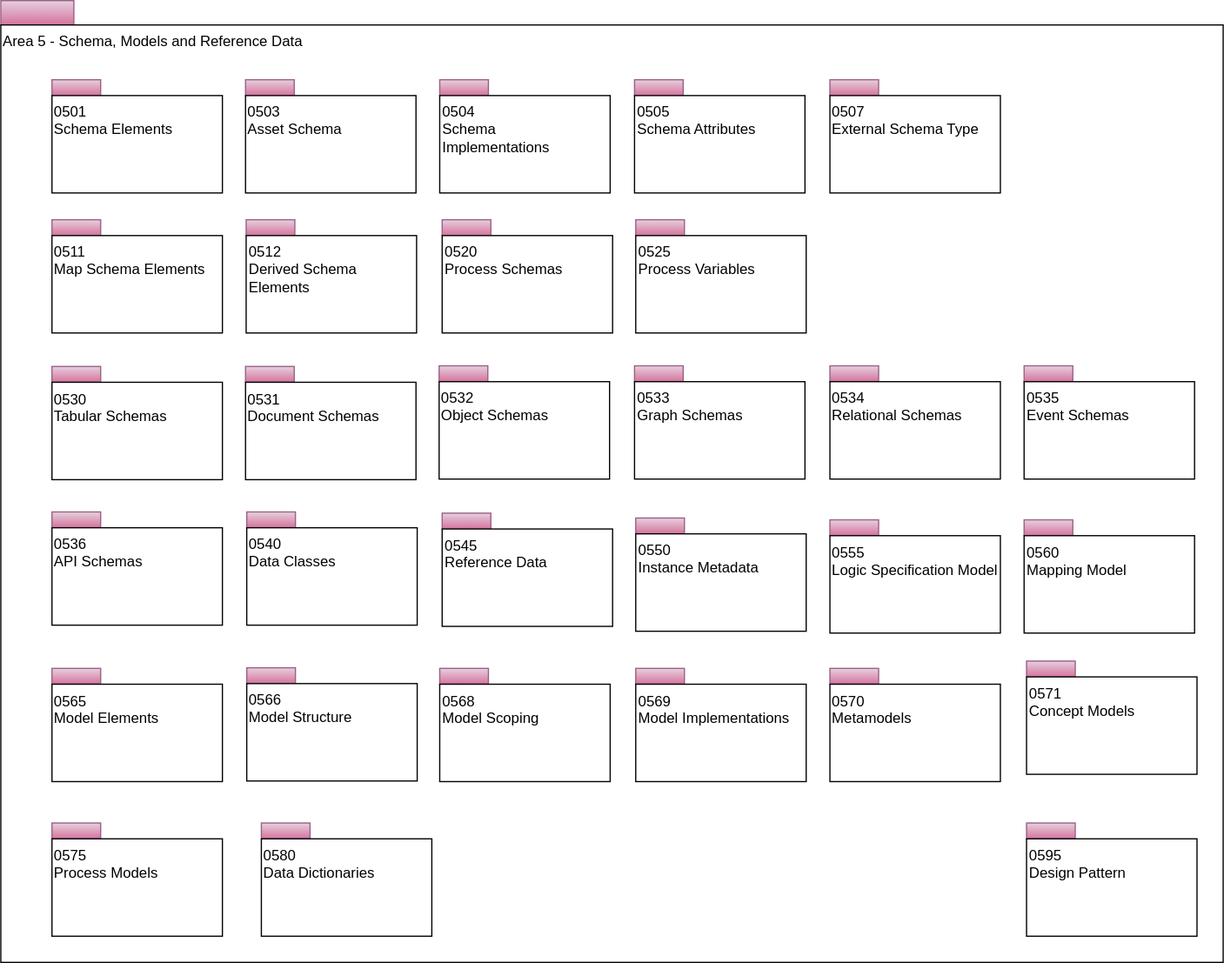
This is site/docs/types/5/area-5-models-and-schema-overview.svg from odpi/egeria-docs, a draw.io export, as it was before one commit. Source tidied: cells renumbered, new cells last; positions are measured from the earlier drawing's top-left corner, leaving out a move shared by most shapes.
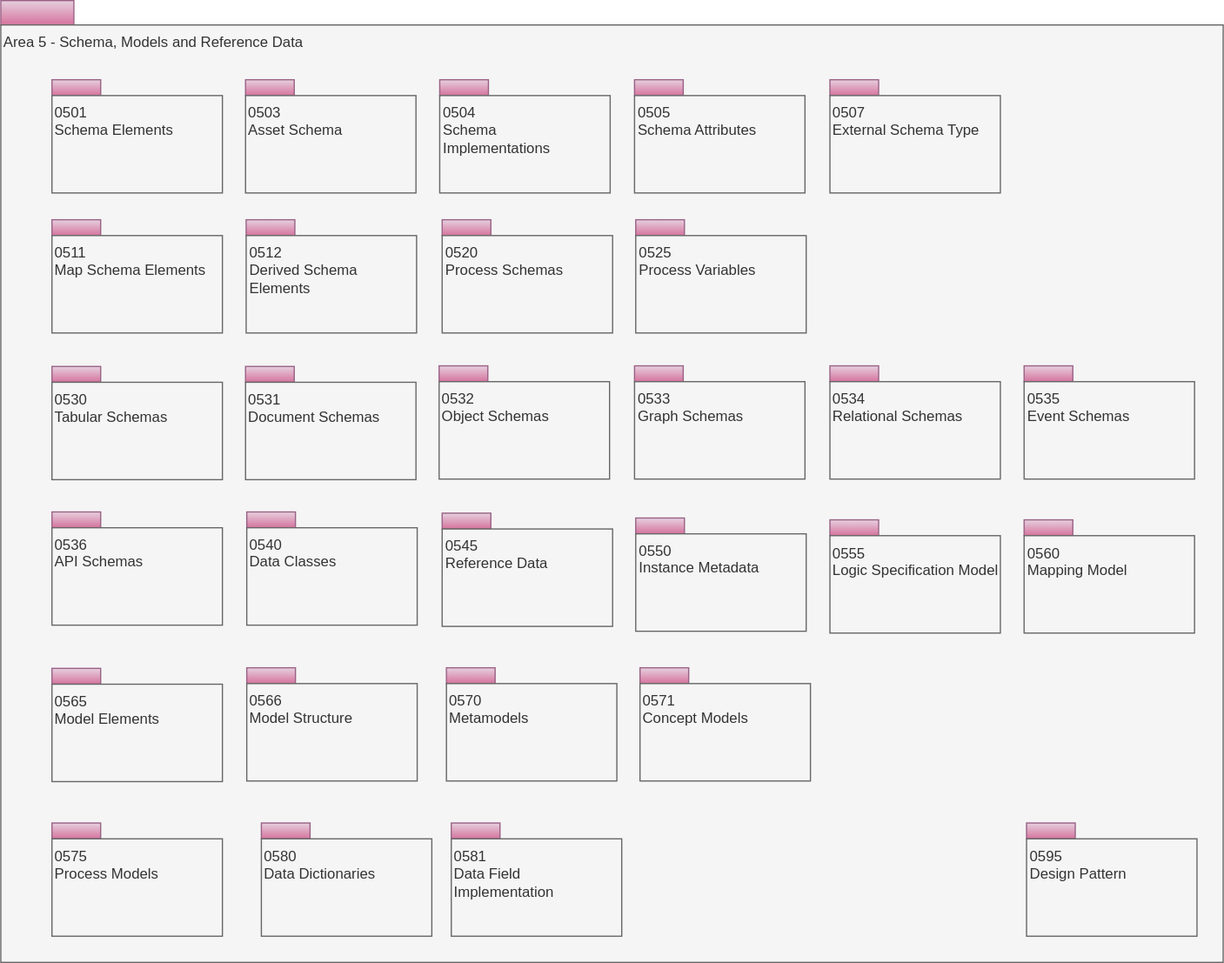
Above is the later version.

Change to the diagram source:
```diff
@@ -7,3 +7,3 @@
     </mxCell>
-    <mxCell id="3" value="Area 5 - Schema, Models and Reference Data" style="rounded=0;whiteSpace=wrap;html=1;align=left;verticalAlign=top;" parent="1" vertex="1">
+    <mxCell id="3" value="Area 5 - Schema, Models and Reference Data" style="rounded=0;whiteSpace=wrap;html=1;align=left;verticalAlign=top;fillColor=#f5f5f5;fontColor=#333333;strokeColor=#666666;" parent="1" vertex="1">
       <mxGeometry y="20" width="1004" height="770" as="geometry" />
@@ -13,3 +13,3 @@
     </mxCell>
-    <mxCell id="5" value="0501&lt;br&gt;Schema Elements&lt;br&gt;" style="rounded=0;whiteSpace=wrap;html=1;align=left;verticalAlign=top;" parent="1" vertex="1">
+    <mxCell id="5" value="0501&lt;br&gt;Schema Elements&lt;br&gt;" style="rounded=0;whiteSpace=wrap;html=1;align=left;verticalAlign=top;fillColor=#f5f5f5;fontColor=#333333;strokeColor=#666666;" parent="1" vertex="1">
       <mxGeometry x="42" y="78" width="140" height="80" as="geometry" />
@@ -19,3 +19,3 @@
     </mxCell>
-    <mxCell id="7" value="0503&lt;br&gt;Asset Schema&lt;br&gt;" style="rounded=0;whiteSpace=wrap;html=1;align=left;verticalAlign=top;" parent="1" vertex="1">
+    <mxCell id="7" value="0503&lt;br&gt;Asset Schema&lt;br&gt;" style="rounded=0;whiteSpace=wrap;html=1;align=left;verticalAlign=top;fillColor=#f5f5f5;fontColor=#333333;strokeColor=#666666;" parent="1" vertex="1">
       <mxGeometry x="201" y="78" width="140" height="80" as="geometry" />
@@ -25,3 +25,3 @@
     </mxCell>
-    <mxCell id="9" value="0504&lt;br&gt;Schema&lt;br&gt;Implementations" style="rounded=0;whiteSpace=wrap;html=1;align=left;verticalAlign=top;" parent="1" vertex="1">
+    <mxCell id="9" value="0504&lt;br&gt;Schema&lt;br&gt;Implementations" style="rounded=0;whiteSpace=wrap;html=1;align=left;verticalAlign=top;fillColor=#f5f5f5;fontColor=#333333;strokeColor=#666666;" parent="1" vertex="1">
       <mxGeometry x="360.5" y="78" width="140" height="80" as="geometry" />
@@ -31,3 +31,3 @@
     </mxCell>
-    <mxCell id="11" value="0511&lt;br&gt;Map Schema Elements&lt;br&gt;" style="rounded=0;whiteSpace=wrap;html=1;align=left;verticalAlign=top;" parent="1" vertex="1">
+    <mxCell id="11" value="0511&lt;br&gt;Map Schema Elements&lt;br&gt;" style="rounded=0;whiteSpace=wrap;html=1;align=left;verticalAlign=top;fillColor=#f5f5f5;fontColor=#333333;strokeColor=#666666;" parent="1" vertex="1">
       <mxGeometry x="42" y="193" width="140" height="80" as="geometry" />
@@ -37,3 +37,3 @@
     </mxCell>
-    <mxCell id="13" value="0505&lt;br&gt;Schema Attributes&lt;br&gt;" style="rounded=0;whiteSpace=wrap;html=1;align=left;verticalAlign=top;" parent="1" vertex="1">
+    <mxCell id="13" value="0505&lt;br&gt;Schema Attributes&lt;br&gt;" style="rounded=0;whiteSpace=wrap;html=1;align=left;verticalAlign=top;fillColor=#f5f5f5;fontColor=#333333;strokeColor=#666666;" parent="1" vertex="1">
       <mxGeometry x="520.5" y="78" width="140" height="80" as="geometry" />
@@ -43,3 +43,3 @@
     </mxCell>
-    <mxCell id="15" value="0531&lt;br&gt;Document Schemas&lt;br&gt;" style="rounded=0;whiteSpace=wrap;html=1;align=left;verticalAlign=top;" parent="1" vertex="1">
+    <mxCell id="15" value="0531&lt;br&gt;Document Schemas&lt;br&gt;" style="rounded=0;whiteSpace=wrap;html=1;align=left;verticalAlign=top;fillColor=#f5f5f5;fontColor=#333333;strokeColor=#666666;" parent="1" vertex="1">
       <mxGeometry x="201" y="313.5" width="140" height="80" as="geometry" />
@@ -49,3 +49,3 @@
     </mxCell>
-    <mxCell id="17" value="0534&lt;br&gt;Relational Schemas&lt;br&gt;" style="rounded=0;whiteSpace=wrap;html=1;align=left;verticalAlign=top;" parent="1" vertex="1">
+    <mxCell id="17" value="0534&lt;br&gt;Relational Schemas&lt;br&gt;" style="rounded=0;whiteSpace=wrap;html=1;align=left;verticalAlign=top;fillColor=#f5f5f5;fontColor=#333333;strokeColor=#666666;" parent="1" vertex="1">
       <mxGeometry x="681" y="313" width="140" height="80" as="geometry" />
@@ -55,3 +55,3 @@
     </mxCell>
-    <mxCell id="19" value="0535&lt;br&gt;Event Schemas&lt;br&gt;" style="rounded=0;whiteSpace=wrap;html=1;align=left;verticalAlign=top;" parent="1" vertex="1">
+    <mxCell id="19" value="0535&lt;br&gt;Event Schemas&lt;br&gt;" style="rounded=0;whiteSpace=wrap;html=1;align=left;verticalAlign=top;fillColor=#f5f5f5;fontColor=#333333;strokeColor=#666666;" parent="1" vertex="1">
       <mxGeometry x="840.5" y="313" width="140" height="80" as="geometry" />
@@ -61,3 +61,3 @@
     </mxCell>
-    <mxCell id="21" value="0536&lt;br&gt;API Schemas&lt;br&gt;" style="rounded=0;whiteSpace=wrap;html=1;align=left;verticalAlign=top;" parent="1" vertex="1">
+    <mxCell id="21" value="0536&lt;br&gt;API Schemas&lt;br&gt;" style="rounded=0;whiteSpace=wrap;html=1;align=left;verticalAlign=top;fillColor=#f5f5f5;fontColor=#333333;strokeColor=#666666;" parent="1" vertex="1">
       <mxGeometry x="42" y="433" width="140" height="80" as="geometry" />
@@ -67,3 +67,3 @@
     </mxCell>
-    <mxCell id="23" value="0540&lt;br&gt;Data Classes&lt;br&gt;" style="rounded=0;whiteSpace=wrap;html=1;align=left;verticalAlign=top;" parent="1" vertex="1">
+    <mxCell id="23" value="0540&lt;br&gt;Data Classes&lt;br&gt;" style="rounded=0;whiteSpace=wrap;html=1;align=left;verticalAlign=top;fillColor=#f5f5f5;fontColor=#333333;strokeColor=#666666;" parent="1" vertex="1">
       <mxGeometry x="202" y="433" width="140" height="80" as="geometry" />
@@ -73,3 +73,3 @@
     </mxCell>
-    <mxCell id="25" value="0555&lt;br&gt;Logic Specification Model" style="rounded=0;whiteSpace=wrap;html=1;align=left;verticalAlign=top;" parent="1" vertex="1">
+    <mxCell id="25" value="0555&lt;br&gt;Logic Specification Model" style="rounded=0;whiteSpace=wrap;html=1;align=left;verticalAlign=top;fillColor=#f5f5f5;fontColor=#333333;strokeColor=#666666;" parent="1" vertex="1">
       <mxGeometry x="681" y="439.5" width="140" height="80" as="geometry" />
@@ -79,3 +79,3 @@
     </mxCell>
-    <mxCell id="27" value="0560&lt;br&gt;Mapping Model&lt;br&gt;" style="rounded=0;whiteSpace=wrap;html=1;align=left;verticalAlign=top;" parent="1" vertex="1">
+    <mxCell id="27" value="0560&lt;br&gt;Mapping Model&lt;br&gt;" style="rounded=0;whiteSpace=wrap;html=1;align=left;verticalAlign=top;fillColor=#f5f5f5;fontColor=#333333;strokeColor=#666666;" parent="1" vertex="1">
       <mxGeometry x="840.5" y="439.5" width="140" height="80" as="geometry" />
@@ -85,3 +85,3 @@
     </mxCell>
-    <mxCell id="29" value="0545&lt;br&gt;Reference Data&lt;br&gt;" style="rounded=0;whiteSpace=wrap;html=1;align=left;verticalAlign=top;" parent="1" vertex="1">
+    <mxCell id="29" value="0545&lt;br&gt;Reference Data&lt;br&gt;" style="rounded=0;whiteSpace=wrap;html=1;align=left;verticalAlign=top;fillColor=#f5f5f5;fontColor=#333333;strokeColor=#666666;" parent="1" vertex="1">
       <mxGeometry x="362.5" y="434" width="140" height="80" as="geometry" />
@@ -91,3 +91,3 @@
     </mxCell>
-    <mxCell id="31" value="0530&lt;br&gt;Tabular Schemas&lt;br&gt;" style="rounded=0;whiteSpace=wrap;html=1;align=left;verticalAlign=top;" parent="1" vertex="1">
+    <mxCell id="31" value="0530&lt;br&gt;Tabular Schemas&lt;br&gt;" style="rounded=0;whiteSpace=wrap;html=1;align=left;verticalAlign=top;fillColor=#f5f5f5;fontColor=#333333;strokeColor=#666666;" parent="1" vertex="1">
       <mxGeometry x="42" y="313.5" width="140" height="80" as="geometry" />
@@ -97,3 +97,3 @@
     </mxCell>
-    <mxCell id="33" value="0512&lt;br&gt;Derived Schema Elements&lt;br&gt;" style="rounded=0;whiteSpace=wrap;html=1;align=left;verticalAlign=top;" parent="1" vertex="1">
+    <mxCell id="33" value="0512&lt;br&gt;Derived Schema Elements&lt;br&gt;" style="rounded=0;whiteSpace=wrap;html=1;align=left;verticalAlign=top;fillColor=#f5f5f5;fontColor=#333333;strokeColor=#666666;" parent="1" vertex="1">
       <mxGeometry x="201.5" y="193" width="140" height="80" as="geometry" />
@@ -103,3 +103,3 @@
     </mxCell>
-    <mxCell id="35" value="0532&lt;br&gt;Object Schemas&lt;br&gt;" style="rounded=0;whiteSpace=wrap;html=1;align=left;verticalAlign=top;" parent="1" vertex="1">
+    <mxCell id="35" value="0532&lt;br&gt;Object Schemas&lt;br&gt;" style="rounded=0;whiteSpace=wrap;html=1;align=left;verticalAlign=top;fillColor=#f5f5f5;fontColor=#333333;strokeColor=#666666;" parent="1" vertex="1">
       <mxGeometry x="360" y="313" width="140" height="80" as="geometry" />
@@ -109,3 +109,3 @@
     </mxCell>
-    <mxCell id="37" value="0533&lt;br&gt;Graph Schemas&lt;br&gt;" style="rounded=0;whiteSpace=wrap;html=1;align=left;verticalAlign=top;" parent="1" vertex="1">
+    <mxCell id="37" value="0533&lt;br&gt;Graph Schemas&lt;br&gt;" style="rounded=0;whiteSpace=wrap;html=1;align=left;verticalAlign=top;fillColor=#f5f5f5;fontColor=#333333;strokeColor=#666666;" parent="1" vertex="1">
       <mxGeometry x="520.5" y="313" width="140" height="80" as="geometry" />
@@ -113,79 +113,73 @@
     <mxCell id="38" style="rounded=0;whiteSpace=wrap;html=1;align=left;fillColor=#e6d0de;strokeColor=#996185;gradientColor=#d5739d;" parent="1" vertex="1">
-      <mxGeometry x="360.5" y="548.5" width="40" height="13" as="geometry" />
+      <mxGeometry x="366" y="548" width="40" height="13" as="geometry" />
     </mxCell>
-    <mxCell id="39" value="0568&lt;br&gt;Model Scoping" style="rounded=0;whiteSpace=wrap;html=1;align=left;verticalAlign=top;" parent="1" vertex="1">
-      <mxGeometry x="360.5" y="561.5" width="140" height="80" as="geometry" />
+    <mxCell id="39" value="0570&lt;br&gt;Metamodels&lt;br&gt;" style="rounded=0;whiteSpace=wrap;html=1;align=left;verticalAlign=top;fillColor=#f5f5f5;fontColor=#333333;strokeColor=#666666;" parent="1" vertex="1">
+      <mxGeometry x="366" y="561" width="140" height="80" as="geometry" />
     </mxCell>
     <mxCell id="40" style="rounded=0;whiteSpace=wrap;html=1;align=left;fillColor=#e6d0de;strokeColor=#996185;gradientColor=#d5739d;" parent="1" vertex="1">
-      <mxGeometry x="681" y="548.5" width="40" height="13" as="geometry" />
+      <mxGeometry x="42" y="675.5" width="40" height="13" as="geometry" />
     </mxCell>
-    <mxCell id="41" value="0570&lt;br&gt;Metamodels&lt;br&gt;" style="rounded=0;whiteSpace=wrap;html=1;align=left;verticalAlign=top;" parent="1" vertex="1">
-      <mxGeometry x="681" y="561.5" width="140" height="80" as="geometry" />
+    <mxCell id="41" value="0575&lt;br&gt;Process Models" style="rounded=0;whiteSpace=wrap;html=1;align=left;verticalAlign=top;fillColor=#f5f5f5;fontColor=#333333;strokeColor=#666666;" parent="1" vertex="1">
+      <mxGeometry x="42" y="688.5" width="140" height="80" as="geometry" />
     </mxCell>
     <mxCell id="42" style="rounded=0;whiteSpace=wrap;html=1;align=left;fillColor=#e6d0de;strokeColor=#996185;gradientColor=#d5739d;" parent="1" vertex="1">
-      <mxGeometry x="42" y="675.5" width="40" height="13" as="geometry" />
+      <mxGeometry x="842.5" y="675.5" width="40" height="13" as="geometry" />
     </mxCell>
-    <mxCell id="43" value="0575&lt;br&gt;Process Models" style="rounded=0;whiteSpace=wrap;html=1;align=left;verticalAlign=top;" parent="1" vertex="1">
-      <mxGeometry x="42" y="688.5" width="140" height="80" as="geometry" />
+    <mxCell id="43" value="0595&lt;br&gt;Design Pattern&lt;br&gt;" style="rounded=0;whiteSpace=wrap;html=1;align=left;verticalAlign=top;fillColor=#f5f5f5;fontColor=#333333;strokeColor=#666666;" parent="1" vertex="1">
+      <mxGeometry x="842.5" y="688.5" width="140" height="80" as="geometry" />
     </mxCell>
     <mxCell id="44" style="rounded=0;whiteSpace=wrap;html=1;align=left;fillColor=#e6d0de;strokeColor=#996185;gradientColor=#d5739d;" parent="1" vertex="1">
-      <mxGeometry x="842.5" y="675.5" width="40" height="13" as="geometry" />
+      <mxGeometry x="42" y="548.5" width="40" height="13" as="geometry" />
     </mxCell>
-    <mxCell id="45" value="0595&lt;br&gt;Design Pattern&lt;br&gt;" style="rounded=0;whiteSpace=wrap;html=1;align=left;verticalAlign=top;" parent="1" vertex="1">
-      <mxGeometry x="842.5" y="688.5" width="140" height="80" as="geometry" />
+    <mxCell id="45" value="0565&lt;br&gt;Model Elements&lt;br&gt;" style="rounded=0;whiteSpace=wrap;html=1;align=left;verticalAlign=top;fillColor=#f5f5f5;fontColor=#333333;strokeColor=#666666;" parent="1" vertex="1">
+      <mxGeometry x="42" y="561.5" width="140" height="80" as="geometry" />
     </mxCell>
     <mxCell id="46" style="rounded=0;whiteSpace=wrap;html=1;align=left;fillColor=#e6d0de;strokeColor=#996185;gradientColor=#d5739d;" parent="1" vertex="1">
-      <mxGeometry x="42" y="548.5" width="40" height="13" as="geometry" />
+      <mxGeometry x="202" y="548" width="40" height="13" as="geometry" />
     </mxCell>
-    <mxCell id="47" value="0565&lt;br&gt;Model Elements&lt;br&gt;" style="rounded=0;whiteSpace=wrap;html=1;align=left;verticalAlign=top;" parent="1" vertex="1">
-      <mxGeometry x="42" y="561.5" width="140" height="80" as="geometry" />
+    <mxCell id="47" value="0566&lt;br&gt;Model Structure" style="rounded=0;whiteSpace=wrap;html=1;align=left;verticalAlign=top;fillColor=#f5f5f5;fontColor=#333333;strokeColor=#666666;" parent="1" vertex="1">
+      <mxGeometry x="202" y="561" width="140" height="80" as="geometry" />
     </mxCell>
     <mxCell id="48" style="rounded=0;whiteSpace=wrap;html=1;align=left;fillColor=#e6d0de;strokeColor=#996185;gradientColor=#d5739d;" parent="1" vertex="1">
-      <mxGeometry x="202" y="548" width="40" height="13" as="geometry" />
+      <mxGeometry x="525" y="548" width="40" height="13" as="geometry" />
     </mxCell>
-    <mxCell id="49" value="0566&lt;br&gt;Model Structure" style="rounded=0;whiteSpace=wrap;html=1;align=left;verticalAlign=top;" parent="1" vertex="1">
-      <mxGeometry x="202" y="561" width="140" height="80" as="geometry" />
+    <mxCell id="49" value="0571&lt;br&gt;Concept Models" style="rounded=0;whiteSpace=wrap;html=1;align=left;verticalAlign=top;fillColor=#f5f5f5;fontColor=#333333;strokeColor=#666666;" parent="1" vertex="1">
+      <mxGeometry x="525" y="561" width="140" height="80" as="geometry" />
     </mxCell>
     <mxCell id="50" style="rounded=0;whiteSpace=wrap;html=1;align=left;fillColor=#e6d0de;strokeColor=#996185;gradientColor=#d5739d;" parent="1" vertex="1">
-      <mxGeometry x="521.5" y="548.5" width="40" height="13" as="geometry" />
+      <mxGeometry x="681" y="65" width="40" height="13" as="geometry" />
     </mxCell>
-    <mxCell id="51" value="0569&lt;br&gt;Model Implementations" style="rounded=0;whiteSpace=wrap;html=1;align=left;verticalAlign=top;" parent="1" vertex="1">
-      <mxGeometry x="521.5" y="561.5" width="140" height="80" as="geometry" />
+    <mxCell id="51" value="0507&lt;br&gt;External Schema Type" style="rounded=0;whiteSpace=wrap;html=1;align=left;verticalAlign=top;fillColor=#f5f5f5;fontColor=#333333;strokeColor=#666666;" parent="1" vertex="1">
+      <mxGeometry x="681" y="78" width="140" height="80" as="geometry" />
     </mxCell>
     <mxCell id="52" style="rounded=0;whiteSpace=wrap;html=1;align=left;fillColor=#e6d0de;strokeColor=#996185;gradientColor=#d5739d;" parent="1" vertex="1">
-      <mxGeometry x="842.5" y="542.5" width="40" height="13" as="geometry" />
+      <mxGeometry x="362.5" y="180" width="40" height="13" as="geometry" />
     </mxCell>
-    <mxCell id="53" value="0571&lt;br&gt;Concept Models" style="rounded=0;whiteSpace=wrap;html=1;align=left;verticalAlign=top;" parent="1" vertex="1">
-      <mxGeometry x="842.5" y="555.5" width="140" height="80" as="geometry" />
+    <mxCell id="53" value="0520&lt;br&gt;Process Schemas" style="rounded=0;whiteSpace=wrap;html=1;align=left;verticalAlign=top;fillColor=#f5f5f5;fontColor=#333333;strokeColor=#666666;" parent="1" vertex="1">
+      <mxGeometry x="362.5" y="193" width="140" height="80" as="geometry" />
     </mxCell>
     <mxCell id="54" style="rounded=0;whiteSpace=wrap;html=1;align=left;fillColor=#e6d0de;strokeColor=#996185;gradientColor=#d5739d;" parent="1" vertex="1">
-      <mxGeometry x="681" y="65" width="40" height="13" as="geometry" />
+      <mxGeometry x="521.5" y="425" width="40" height="13" as="geometry" />
     </mxCell>
-    <mxCell id="55" value="0507&lt;br&gt;External Schema Type" style="rounded=0;whiteSpace=wrap;html=1;align=left;verticalAlign=top;" parent="1" vertex="1">
-      <mxGeometry x="681" y="78" width="140" height="80" as="geometry" />
+    <mxCell id="55" value="0550&lt;br&gt;Instance Metadata" style="rounded=0;whiteSpace=wrap;html=1;align=left;verticalAlign=top;fillColor=#f5f5f5;fontColor=#333333;strokeColor=#666666;" parent="1" vertex="1">
+      <mxGeometry x="521.5" y="438" width="140" height="80" as="geometry" />
     </mxCell>
     <mxCell id="56" style="rounded=0;whiteSpace=wrap;html=1;align=left;fillColor=#e6d0de;strokeColor=#996185;gradientColor=#d5739d;" parent="1" vertex="1">
-      <mxGeometry x="362.5" y="180" width="40" height="13" as="geometry" />
+      <mxGeometry x="521.5" y="180" width="40" height="13" as="geometry" />
     </mxCell>
-    <mxCell id="57" value="0520&lt;br&gt;Process Schemas" style="rounded=0;whiteSpace=wrap;html=1;align=left;verticalAlign=top;" parent="1" vertex="1">
-      <mxGeometry x="362.5" y="193" width="140" height="80" as="geometry" />
+    <mxCell id="57" value="0525&lt;br&gt;Process Variables" style="rounded=0;whiteSpace=wrap;html=1;align=left;verticalAlign=top;fillColor=#f5f5f5;fontColor=#333333;strokeColor=#666666;" parent="1" vertex="1">
+      <mxGeometry x="521.5" y="193" width="140" height="80" as="geometry" />
     </mxCell>
     <mxCell id="58" style="rounded=0;whiteSpace=wrap;html=1;align=left;fillColor=#e6d0de;strokeColor=#996185;gradientColor=#d5739d;" parent="1" vertex="1">
-      <mxGeometry x="521.5" y="425" width="40" height="13" as="geometry" />
+      <mxGeometry x="214" y="675.5" width="40" height="13" as="geometry" />
     </mxCell>
-    <mxCell id="59" value="0550&lt;br&gt;Instance Metadata" style="rounded=0;whiteSpace=wrap;html=1;align=left;verticalAlign=top;" parent="1" vertex="1">
-      <mxGeometry x="521.5" y="438" width="140" height="80" as="geometry" />
+    <mxCell id="59" value="0580&lt;br&gt;Data Dictionaries" style="rounded=0;whiteSpace=wrap;html=1;align=left;verticalAlign=top;fillColor=#f5f5f5;fontColor=#333333;strokeColor=#666666;" parent="1" vertex="1">
+      <mxGeometry x="214" y="688.5" width="140" height="80" as="geometry" />
     </mxCell>
     <mxCell id="60" style="rounded=0;whiteSpace=wrap;html=1;align=left;fillColor=#e6d0de;strokeColor=#996185;gradientColor=#d5739d;" parent="1" vertex="1">
-      <mxGeometry x="521.5" y="180" width="40" height="13" as="geometry" />
+      <mxGeometry x="370" y="675.5" width="40" height="13" as="geometry" />
     </mxCell>
-    <mxCell id="61" value="0525&lt;br&gt;Process Variables" style="rounded=0;whiteSpace=wrap;html=1;align=left;verticalAlign=top;" parent="1" vertex="1">
-      <mxGeometry x="521.5" y="193" width="140" height="80" as="geometry" />
+    <mxCell id="61" value="0581&lt;br&gt;Data Field Implementation" style="rounded=0;whiteSpace=wrap;html=1;align=left;verticalAlign=top;fillColor=#f5f5f5;fontColor=#333333;strokeColor=#666666;" parent="1" vertex="1">
+      <mxGeometry x="370" y="688.5" width="140" height="80" as="geometry" />
     </mxCell>
-    <mxCell id="62" style="rounded=0;whiteSpace=wrap;html=1;align=left;fillColor=#e6d0de;strokeColor=#996185;gradientColor=#d5739d;" parent="1" vertex="1">
-      <mxGeometry x="214" y="675.5" width="40" height="13" as="geometry" />
-    </mxCell>
-    <mxCell id="63" value="0580&lt;br&gt;Data Dictionaries" style="rounded=0;whiteSpace=wrap;html=1;align=left;verticalAlign=top;" parent="1" vertex="1">
-      <mxGeometry x="214" y="688.5" width="140" height="80" as="geometry" />
-    </mxCell>
   </root>
```
